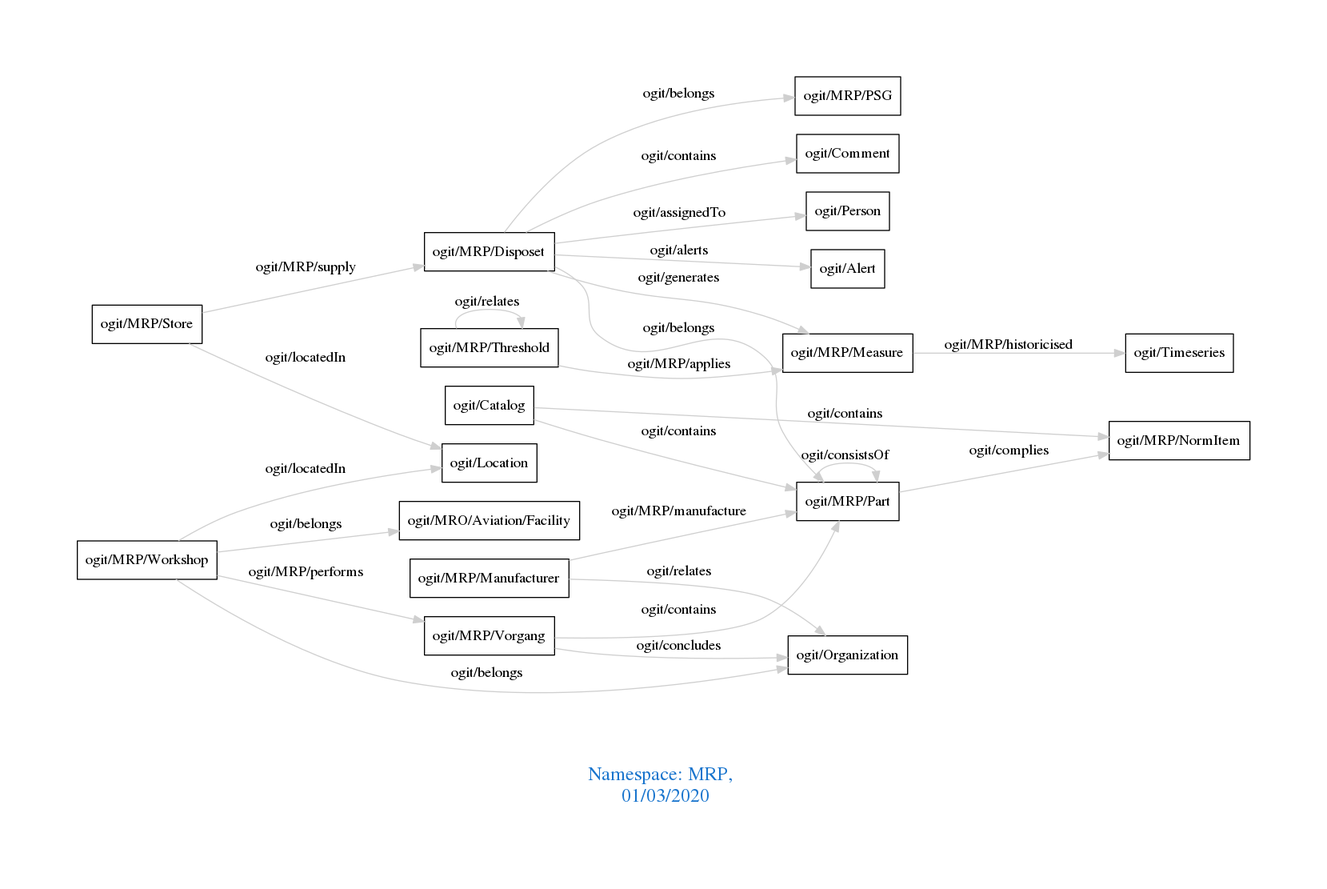
Earlier version of the Graphviz export downloads/MRP.png (arago/OGIT). Its source is kept beside it as downloads/MRP.dot.
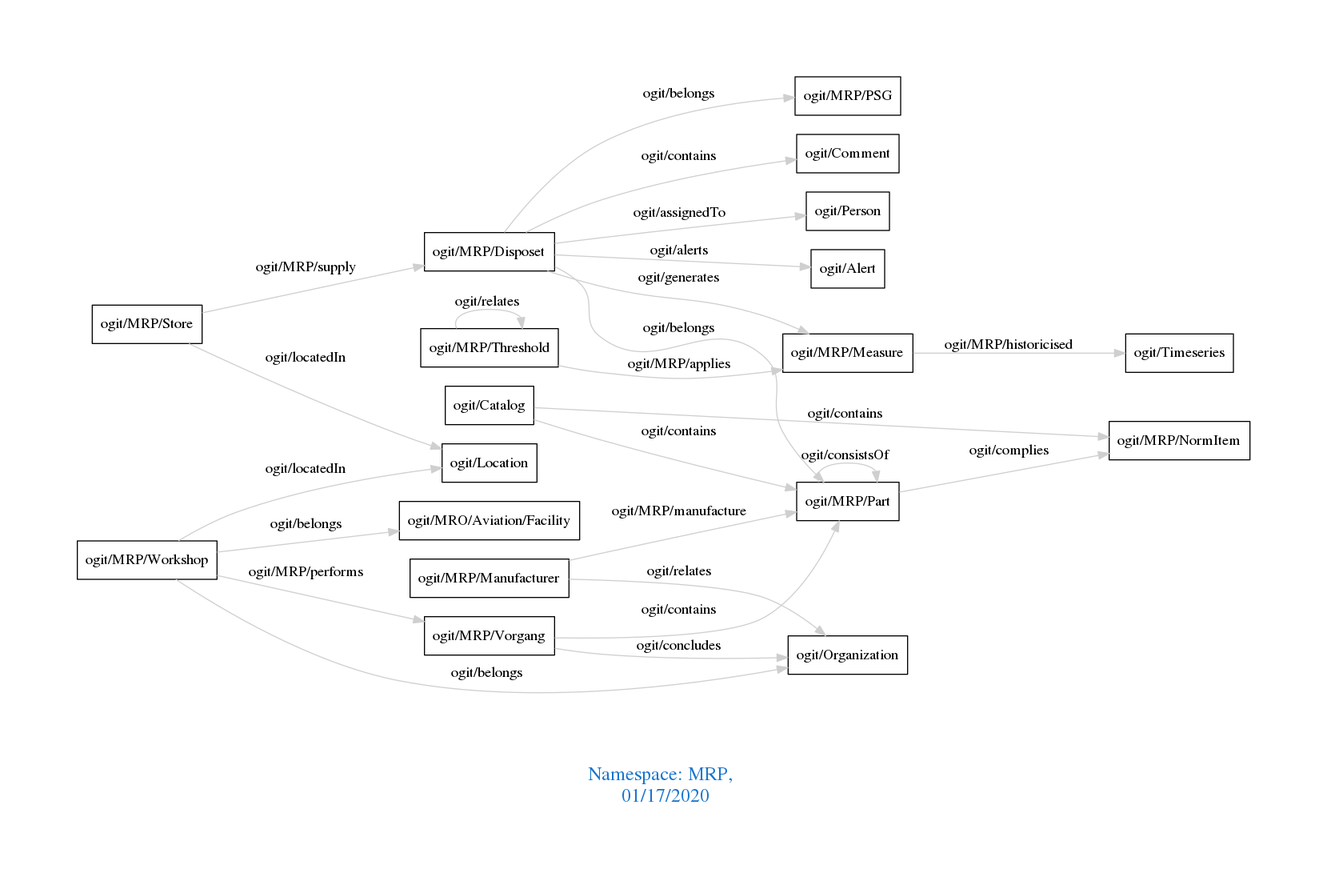
Later version of the same file.

Change to the diagram source:
```diff
@@ -1,7 +1,7 @@
 digraph OGIT_ontology {
  graph [ rankdir= LR,pad=1
 fontsize = 18,
-fontcolor= dodgerblue3,label = "\n\n\nNamespace: MRP, \n 01/03/2020"];
+fontcolor= dodgerblue3,label = "\n\n\nNamespace: MRP, \n 01/17/2020"];
 node[shape=polygon];
 edge [  color="gray81"];
 
```
